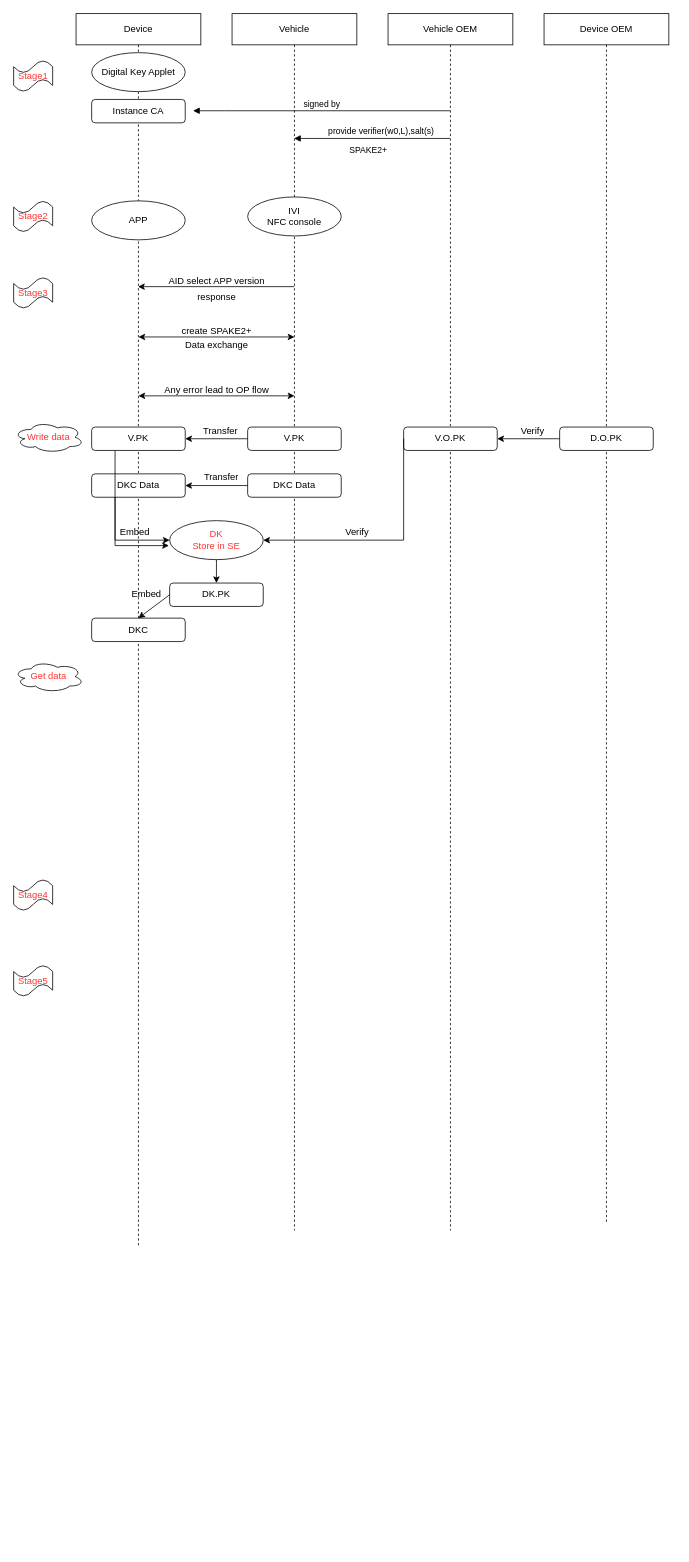
This is DKC_OwnerParing.drawio from LaurenHsu31/DKC, a draw.io file, before an edit. Source tidied: cells renumbered, new cells numbered last; positions are measured from the earlier drawing's top-left corner, leaving out a move shared by most shapes. Both pictures are drawn from the tidied source at 78%, with x=0, y=0 at pixel (13, 13).
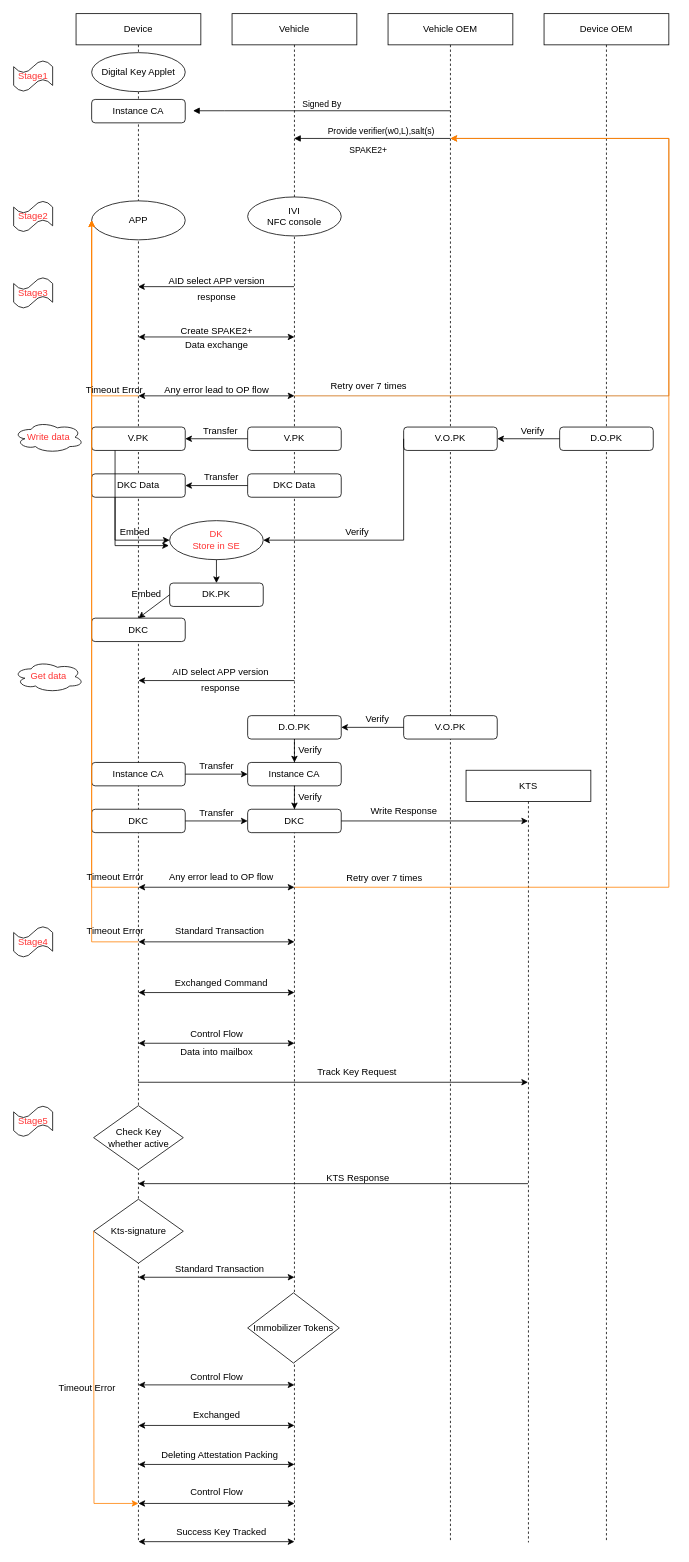
The same page after the edit.

The change refers to these unchanged cells:
```xml
<mxCell id="17" value="APP" style="ellipse;whiteSpace=wrap;html=1;" parent="1" vertex="1">
  <mxGeometry x="100" y="240" width="120" height="50" as="geometry" />
</mxCell>
```

The edit, as a diff of the source:
```diff
@@
     <mxCell id="2" value="Device" style="shape=umlLifeline;perimeter=lifelinePerimeter;whiteSpace=wrap;html=1;newEdgeStyle={&quot;edgeStyle&quot;:&quot;elbowEdgeStyle&quot;,&quot;elbow&quot;:&quot;vertical&quot;,&quot;curved&quot;:0,&quot;rounded&quot;:0};" parent="1" vertex="1">
-      <mxGeometry x="80" width="160" height="1580" as="geometry" />
+      <mxGeometry x="80" width="160" height="1960" as="geometry" />
     </mxCell>
     <mxCell id="3" value="Vehicle" style="shape=umlLifeline;perimeter=lifelinePerimeter;whiteSpace=wrap;html=1;outlineConnect=0;portConstraint=eastwest;newEdgeStyle={&quot;edgeStyle&quot;:&quot;elbowEdgeStyle&quot;,&quot;elbow&quot;:&quot;vertical&quot;,&quot;curved&quot;:0,&quot;rounded&quot;:0};" parent="1" vertex="1">
-      <mxGeometry x="280" width="160" height="1560" as="geometry" />
+      <mxGeometry x="280" width="160" height="1960" as="geometry" />
     </mxCell>
-    <mxCell id="4" value="signed by" style="html=1;verticalAlign=bottom;endArrow=block;edgeStyle=elbowEdgeStyle;elbow=horizontal;curved=0;rounded=0;" parent="1" edge="1">
+    <mxCell id="4" value="Signed By" style="html=1;verticalAlign=bottom;endArrow=block;edgeStyle=elbowEdgeStyle;elbow=horizontal;curved=0;rounded=0;" parent="1" edge="1">
       <mxGeometry relative="1" as="geometry">
         <mxPoint x="559.5" y="124.5" as="sourcePoint" />
         <mxPoint x="230" y="124.5" as="targetPoint" />
         <Array as="points">
           <mxPoint x="270" y="124.5" />
         </Array>
       </mxGeometry>
     </mxCell>
     <mxCell id="5" value="Vehicle OEM" style="shape=umlLifeline;perimeter=lifelinePerimeter;whiteSpace=wrap;html=1;newEdgeStyle={&quot;edgeStyle&quot;:&quot;elbowEdgeStyle&quot;,&quot;elbow&quot;:&quot;vertical&quot;,&quot;curved&quot;:0,&quot;rounded&quot;:0};" parent="1" vertex="1">
-      <mxGeometry x="480" width="160" height="1560" as="geometry" />
+      <mxGeometry x="480" width="160" height="1960" as="geometry" />
     </mxCell>
     <mxCell id="6" value="Device OEM" style="shape=umlLifeline;perimeter=lifelinePerimeter;whiteSpace=wrap;html=1;newEdgeStyle={&quot;edgeStyle&quot;:&quot;elbowEdgeStyle&quot;,&quot;elbow&quot;:&quot;vertical&quot;,&quot;curved&quot;:0,&quot;rounded&quot;:0};" parent="1" vertex="1">
-      <mxGeometry x="680" width="160" height="1550" as="geometry" />
+      <mxGeometry x="680" width="160" height="1960" as="geometry" />
     </mxCell>
@@
     <mxCell id="10" value="&lt;font style=&quot;color: rgb(255, 51, 51);&quot;&gt;Stage4&lt;/font&gt;" style="shape=tape;whiteSpace=wrap;html=1;" parent="1" vertex="1">
-      <mxGeometry y="1110" width="50" height="40" as="geometry" />
+      <mxGeometry y="1170" width="50" height="40" as="geometry" />
     </mxCell>
     <mxCell id="11" value="&lt;font style=&quot;color: rgb(255, 51, 51);&quot;&gt;Stage5&lt;/font&gt;" style="shape=tape;whiteSpace=wrap;html=1;" parent="1" vertex="1">
-      <mxGeometry y="1220" width="50" height="40" as="geometry" />
+      <mxGeometry y="1400" width="50" height="40" as="geometry" />
     </mxCell>
@@
-    <mxCell id="14" value="provide verifier(w0,L),salt(s)" style="html=1;verticalAlign=bottom;endArrow=block;edgeStyle=elbowEdgeStyle;elbow=horizontal;curved=0;rounded=0;" parent="1" edge="1" target="3">
+    <mxCell id="14" value="Provide verifier(w0,L),salt(s)" style="html=1;verticalAlign=bottom;endArrow=block;edgeStyle=elbowEdgeStyle;elbow=horizontal;curved=0;rounded=0;" parent="1" edge="1" target="3">
       <mxGeometry x="-0.1" relative="1" as="geometry">
         <mxPoint x="559.5" y="160" as="sourcePoint" />
         <Array as="points">
           <mxPoint x="410" y="160" />
         </Array>
         <mxPoint x="1" as="offset" />
       </mxGeometry>
     </mxCell>
@@
-    <mxCell id="22" value="create SPAKE2+" style="text;html=1;align=center;verticalAlign=middle;strokeColor=none;fillColor=none;" parent="1" vertex="1">
-      <mxGeometry x="205" y="392" width="110" height="30" as="geometry" />
+    <mxCell id="22" value="Create SPAKE2+" style="text;html=1;align=center;verticalAlign=middle;strokeColor=none;fillColor=none;" parent="1" vertex="1">
+      <mxGeometry x="200" y="392" width="120" height="30" as="geometry" />
     </mxCell>
@@
+    <mxCell id="51" value="AID select APP version" style="text;html=1;align=center;verticalAlign=middle;strokeColor=none;fillColor=none;" parent="1" vertex="1">
+      <mxGeometry x="190" y="830" width="150" height="30" as="geometry" />
+    </mxCell>
+    <mxCell id="52" value="response" style="text;html=1;align=center;verticalAlign=middle;strokeColor=none;fillColor=none;" parent="1" vertex="1">
+      <mxGeometry x="230" y="850" width="70" height="30" as="geometry" />
+    </mxCell>
+    <mxCell id="53" style="endArrow=classic;html=1;rounded=0;" parent="1" edge="1">
+      <mxGeometry relative="1" as="geometry">
+        <mxPoint x="360" y="855" as="sourcePoint" />
+        <mxPoint x="160" y="855" as="targetPoint" />
+      </mxGeometry>
+    </mxCell>
+    <mxCell id="54" value="V.O.PK" style="rounded=1;whiteSpace=wrap;html=1;" parent="1" vertex="1">
+      <mxGeometry x="500" y="900" width="120" height="30" as="geometry" />
+    </mxCell>
+    <mxCell id="55" value="Instance CA" style="rounded=1;whiteSpace=wrap;html=1;" parent="1" vertex="1">
+      <mxGeometry x="100" y="960" width="120" height="30" as="geometry" />
+    </mxCell>
+    <mxCell id="56" value="Instance CA" style="rounded=1;whiteSpace=wrap;html=1;" parent="1" vertex="1">
+      <mxGeometry x="300" y="960" width="120" height="30" as="geometry" />
+    </mxCell>
+    <mxCell id="57" value="DKC" style="rounded=1;whiteSpace=wrap;html=1;" parent="1" vertex="1">
+      <mxGeometry x="100" y="1020" width="120" height="30" as="geometry" />
+    </mxCell>
+    <mxCell id="58" value="DKC" style="rounded=1;whiteSpace=wrap;html=1;" parent="1" vertex="1">
+      <mxGeometry x="300" y="1020" width="120" height="30" as="geometry" />
+    </mxCell>
+    <mxCell id="59" style="endArrow=classic;html=1;rounded=0;exitX=1;exitY=0.5;exitDx=0;exitDy=0;entryX=0;entryY=0.5;entryDx=0;entryDy=0;" parent="1" edge="1" source="55" target="56">
+      <mxGeometry relative="1" as="geometry" />
+    </mxCell>
+    <mxCell id="60" value="Transfer" style="text;html=1;align=center;verticalAlign=middle;strokeColor=none;fillColor=none;" parent="1" vertex="1">
+      <mxGeometry x="225" y="950" width="70" height="30" as="geometry" />
+    </mxCell>
+    <mxCell id="61" style="endArrow=classic;html=1;rounded=0;exitX=1;exitY=0.5;exitDx=0;exitDy=0;entryX=0;entryY=0.5;entryDx=0;entryDy=0;" parent="1" edge="1" source="57" target="58">
+      <mxGeometry relative="1" as="geometry" />
+    </mxCell>
+    <mxCell id="62" value="Transfer" style="text;html=1;align=center;verticalAlign=middle;strokeColor=none;fillColor=none;" parent="1" vertex="1">
+      <mxGeometry x="225" y="1010" width="70" height="30" as="geometry" />
+    </mxCell>
+    <mxCell id="63" value="D.O.PK" style="rounded=1;whiteSpace=wrap;html=1;" parent="1" vertex="1">
+      <mxGeometry x="300" y="900" width="120" height="30" as="geometry" />
+    </mxCell>
+    <mxCell id="64" style="endArrow=classic;html=1;rounded=0;exitX=0;exitY=0.5;exitDx=0;exitDy=0;entryX=1;entryY=0.5;entryDx=0;entryDy=0;" parent="1" edge="1" source="54" target="63">
+      <mxGeometry relative="1" as="geometry" />
+    </mxCell>
+    <mxCell id="65" style="endArrow=classic;html=1;rounded=0;exitX=0.5;exitY=1;exitDx=0;exitDy=0;entryX=0.5;entryY=0;entryDx=0;entryDy=0;" parent="1" edge="1" source="63" target="56">
+      <mxGeometry relative="1" as="geometry" />
+    </mxCell>
+    <mxCell id="66" value="Verify" style="text;html=1;align=center;verticalAlign=middle;strokeColor=none;fillColor=none;" parent="1" vertex="1">
+      <mxGeometry x="441" y="890" width="50" height="30" as="geometry" />
+    </mxCell>
+    <mxCell id="67" style="endArrow=classic;html=1;rounded=0;exitX=0.5;exitY=1;exitDx=0;exitDy=0;entryX=0.5;entryY=0;entryDx=0;entryDy=0;" parent="1" edge="1" source="56" target="58">
+      <mxGeometry relative="1" as="geometry" />
+    </mxCell>
+    <mxCell id="68" value="Verify" style="text;html=1;align=center;verticalAlign=middle;strokeColor=none;fillColor=none;" parent="1" vertex="1">
+      <mxGeometry x="355" y="929" width="50" height="30" as="geometry" />
+    </mxCell>
+    <mxCell id="69" value="Verify" style="text;html=1;align=center;verticalAlign=middle;strokeColor=none;fillColor=none;" parent="1" vertex="1">
+      <mxGeometry x="355" y="990" width="50" height="30" as="geometry" />
+    </mxCell>
+    <mxCell id="70" style="endArrow=classic;html=1;rounded=0;exitX=1;exitY=0.5;exitDx=0;exitDy=0;" parent="1" edge="1" source="58" target="74">
+      <mxGeometry relative="1" as="geometry" />
+    </mxCell>
+    <mxCell id="71" value="Write Response" style="text;html=1;align=center;verticalAlign=middle;strokeColor=none;fillColor=none;" parent="1" vertex="1">
+      <mxGeometry x="445" y="1008" width="110" height="30" as="geometry" />
+    </mxCell>
+    <mxCell id="72" style="endArrow=classic;startArrow=classic;html=1;rounded=0;" parent="1" edge="1">
+      <mxGeometry relative="1" as="geometry">
+        <mxPoint x="160" y="1120" as="sourcePoint" />
+        <mxPoint x="360" y="1120" as="targetPoint" />
+      </mxGeometry>
+    </mxCell>
+    <mxCell id="73" value="Any error lead to OP flow" style="text;html=1;align=center;verticalAlign=middle;strokeColor=none;fillColor=none;" parent="1" vertex="1">
+      <mxGeometry x="186" y="1092" width="160" height="30" as="geometry" />
+    </mxCell>
+    <mxCell id="74" value="KTS" style="shape=umlLifeline;perimeter=lifelinePerimeter;whiteSpace=wrap;html=1;outlineConnect=0;portConstraint=eastwest;newEdgeStyle={&quot;edgeStyle&quot;:&quot;elbowEdgeStyle&quot;,&quot;elbow&quot;:&quot;vertical&quot;,&quot;curved&quot;:0,&quot;rounded&quot;:0};" parent="1" vertex="1">
+      <mxGeometry x="580" y="970" width="160" height="990" as="geometry" />
+    </mxCell>
+    <mxCell id="75" style="endArrow=classic;startArrow=classic;html=1;rounded=0;" parent="1" edge="1">
+      <mxGeometry relative="1" as="geometry">
+        <mxPoint x="160" y="1190" as="sourcePoint" />
+        <mxPoint x="360" y="1190" as="targetPoint" />
+      </mxGeometry>
+    </mxCell>
+    <mxCell id="76" value="Standard Transaction" style="text;html=1;align=center;verticalAlign=middle;strokeColor=none;fillColor=none;" parent="1" vertex="1">
+      <mxGeometry x="194" y="1162" width="140" height="30" as="geometry" />
+    </mxCell>
+    <mxCell id="77" style="endArrow=classic;startArrow=classic;html=1;rounded=0;" parent="1" edge="1">
+      <mxGeometry relative="1" as="geometry">
+        <mxPoint x="160" y="1255" as="sourcePoint" />
+        <mxPoint x="360" y="1255" as="targetPoint" />
+      </mxGeometry>
+    </mxCell>
+    <mxCell id="78" value="Exchanged Command" style="text;html=1;align=center;verticalAlign=middle;strokeColor=none;fillColor=none;" parent="1" vertex="1">
+      <mxGeometry x="196" y="1228" width="140" height="30" as="geometry" />
+    </mxCell>
+    <mxCell id="79" style="endArrow=classic;startArrow=classic;html=1;rounded=0;" parent="1" edge="1">
+      <mxGeometry relative="1" as="geometry">
+        <mxPoint x="160" y="1320" as="sourcePoint" />
+        <mxPoint x="360" y="1320" as="targetPoint" />
+      </mxGeometry>
+    </mxCell>
+    <mxCell id="80" value="Control Flow" style="text;html=1;align=center;verticalAlign=middle;strokeColor=none;fillColor=none;" parent="1" vertex="1">
+      <mxGeometry x="215" y="1293" width="90" height="30" as="geometry" />
+    </mxCell>
+    <mxCell id="81" style="endArrow=classic;html=1;rounded=0;" parent="1" edge="1">
+      <mxGeometry relative="1" as="geometry">
+        <mxPoint x="159.5" y="1370" as="sourcePoint" />
+        <mxPoint x="659.5" y="1370" as="targetPoint" />
+      </mxGeometry>
+    </mxCell>
+    <mxCell id="82" value="Track Key Request" style="text;html=1;align=center;verticalAlign=middle;strokeColor=none;fillColor=none;" parent="1" vertex="1">
+      <mxGeometry x="375" y="1342" width="130" height="30" as="geometry" />
+    </mxCell>
+    <mxCell id="83" value="Data into mailbox" style="text;html=1;align=center;verticalAlign=middle;strokeColor=none;fillColor=none;" parent="1" vertex="1">
+      <mxGeometry x="200" y="1316" width="120" height="30" as="geometry" />
+    </mxCell>
+    <mxCell id="84" style="endArrow=classic;html=1;rounded=0;" parent="1" edge="1">
+      <mxGeometry relative="1" as="geometry">
+        <mxPoint x="659.5" y="1500" as="sourcePoint" />
+        <mxPoint x="159.5" y="1500" as="targetPoint" />
+      </mxGeometry>
+    </mxCell>
+    <mxCell id="85" value="KTS Response" style="text;html=1;align=center;verticalAlign=middle;strokeColor=none;fillColor=none;" parent="1" vertex="1">
+      <mxGeometry x="391" y="1478" width="100" height="30" as="geometry" />
+    </mxCell>
+    <mxCell id="86" style="endArrow=classic;startArrow=classic;html=1;rounded=0;" parent="1" edge="1">
+      <mxGeometry relative="1" as="geometry">
+        <mxPoint x="160" y="1620" as="sourcePoint" />
+        <mxPoint x="360" y="1620" as="targetPoint" />
+      </mxGeometry>
+    </mxCell>
+    <mxCell id="87" value="Standard Transaction" style="text;html=1;align=center;verticalAlign=middle;strokeColor=none;fillColor=none;" parent="1" vertex="1">
+      <mxGeometry x="194" y="1595" width="140" height="30" as="geometry" />
+    </mxCell>
+    <mxCell id="88" value="Check Key&lt;div&gt;whether active&lt;/div&gt;" style="rhombus;whiteSpace=wrap;html=1;" parent="1" vertex="1">
+      <mxGeometry x="102.5" y="1400" width="115" height="82" as="geometry" />
+    </mxCell>
+    <mxCell id="89" value="Kts-signature" style="rhombus;whiteSpace=wrap;html=1;" parent="1" vertex="1">
+      <mxGeometry x="102.5" y="1520" width="115" height="82" as="geometry" />
+    </mxCell>
+    <mxCell id="90" value="Immobilizer Tokens" style="rhombus;whiteSpace=wrap;html=1;" parent="1" vertex="1">
+      <mxGeometry x="300" y="1640" width="117.5" height="90" as="geometry" />
+    </mxCell>
+    <mxCell id="91" style="endArrow=classic;startArrow=classic;html=1;rounded=0;" parent="1" edge="1">
+      <mxGeometry relative="1" as="geometry">
+        <mxPoint x="160" y="1758" as="sourcePoint" />
+        <mxPoint x="360" y="1758" as="targetPoint" />
+      </mxGeometry>
+    </mxCell>
+    <mxCell id="92" value="Control Flow" style="text;html=1;align=center;verticalAlign=middle;strokeColor=none;fillColor=none;" parent="1" vertex="1">
+      <mxGeometry x="215" y="1733" width="90" height="30" as="geometry" />
+    </mxCell>
+    <mxCell id="93" style="endArrow=classic;startArrow=classic;html=1;rounded=0;" parent="1" edge="1">
+      <mxGeometry relative="1" as="geometry">
+        <mxPoint x="160" y="1810" as="sourcePoint" />
+        <mxPoint x="360" y="1810" as="targetPoint" />
+      </mxGeometry>
+    </mxCell>
+    <mxCell id="94" value="Exchanged" style="text;html=1;align=center;verticalAlign=middle;strokeColor=none;fillColor=none;" parent="1" vertex="1">
+      <mxGeometry x="220" y="1782" width="80" height="30" as="geometry" />
+    </mxCell>
+    <mxCell id="95" style="endArrow=classic;startArrow=classic;html=1;rounded=0;" parent="1" edge="1">
+      <mxGeometry relative="1" as="geometry">
+        <mxPoint x="160" y="1860" as="sourcePoint" />
+        <mxPoint x="360" y="1860" as="targetPoint" />
+      </mxGeometry>
+    </mxCell>
+    <mxCell id="96" value="Deleting Attestation Packing" style="text;html=1;align=center;verticalAlign=middle;strokeColor=none;fillColor=none;" parent="1" vertex="1">
+      <mxGeometry x="179" y="1833" width="170" height="30" as="geometry" />
+    </mxCell>
+    <mxCell id="97" style="endArrow=classic;startArrow=classic;html=1;rounded=0;" parent="1" edge="1">
+      <mxGeometry relative="1" as="geometry">
+        <mxPoint x="160" y="1910" as="sourcePoint" />
+        <mxPoint x="360" y="1910" as="targetPoint" />
+      </mxGeometry>
+    </mxCell>
+    <mxCell id="98" value="Control Flow" style="text;html=1;align=center;verticalAlign=middle;strokeColor=none;fillColor=none;" parent="1" vertex="1">
+      <mxGeometry x="215" y="1881" width="90" height="30" as="geometry" />
+    </mxCell>
+    <mxCell id="99" style="endArrow=classic;startArrow=classic;html=1;rounded=0;" parent="1" edge="1">
+      <mxGeometry relative="1" as="geometry">
+        <mxPoint x="160" y="1959" as="sourcePoint" />
+        <mxPoint x="360" y="1959" as="targetPoint" />
+      </mxGeometry>
+    </mxCell>
+    <mxCell id="100" value="Success Key Tracked" style="text;html=1;align=center;verticalAlign=middle;strokeColor=none;fillColor=none;" parent="1" vertex="1">
+      <mxGeometry x="196" y="1932" width="140" height="30" as="geometry" />
+    </mxCell>
+    <mxCell id="101" style="endArrow=classic;html=1;rounded=0;exitX=0;exitY=0.5;exitDx=0;exitDy=0;strokeColor=#FF8000;" parent="1" edge="1" source="89">
+      <mxGeometry relative="1" as="geometry">
+        <mxPoint x="160" y="1910" as="targetPoint" />
+        <Array as="points">
+          <mxPoint x="103" y="1910" />
+        </Array>
+      </mxGeometry>
+    </mxCell>
+    <mxCell id="102" value="Timeout Error" style="text;html=1;align=center;verticalAlign=middle;strokeColor=none;fillColor=none;" parent="1" vertex="1">
+      <mxGeometry x="44" y="1747" width="100" height="30" as="geometry" />
+    </mxCell>
+    <mxCell id="103" style="endArrow=classic;html=1;rounded=0;entryX=0;entryY=0.5;entryDx=0;entryDy=0;strokeColor=#FF8000;" parent="1" edge="1" target="17">
+      <mxGeometry relative="1" as="geometry">
+        <mxPoint x="160" y="1190" as="sourcePoint" />
+        <Array as="points">
+          <mxPoint x="100" y="1190" />
+        </Array>
+      </mxGeometry>
+    </mxCell>
+    <mxCell id="104" style="endArrow=classic;html=1;rounded=0;entryX=0;entryY=0.5;entryDx=0;entryDy=0;strokeColor=#FF8000;" parent="1" edge="1" target="17">
+      <mxGeometry relative="1" as="geometry">
+        <mxPoint x="160" y="1120" as="sourcePoint" />
+        <Array as="points">
+          <mxPoint x="100" y="1120" />
+        </Array>
+      </mxGeometry>
+    </mxCell>
+    <mxCell id="105" style="endArrow=classic;html=1;rounded=0;entryX=0;entryY=0.5;entryDx=0;entryDy=0;strokeColor=#FF8000;" parent="1" edge="1" target="17">
+      <mxGeometry relative="1" as="geometry">
+        <mxPoint x="160" y="490" as="sourcePoint" />
+        <Array as="points">
+          <mxPoint x="100" y="490" />
+        </Array>
+      </mxGeometry>
+    </mxCell>
+    <mxCell id="106" value="Timeout Error" style="text;html=1;align=center;verticalAlign=middle;strokeColor=none;fillColor=none;" parent="1" vertex="1">
+      <mxGeometry x="80" y="1092" width="100" height="30" as="geometry" />
+    </mxCell>
+    <mxCell id="107" value="Timeout Error" style="text;html=1;align=center;verticalAlign=middle;strokeColor=none;fillColor=none;" parent="1" vertex="1">
+      <mxGeometry x="80" y="1162" width="100" height="30" as="geometry" />
+    </mxCell>
+    <mxCell id="108" value="Timeout Error" style="text;html=1;align=center;verticalAlign=middle;strokeColor=none;fillColor=none;" parent="1" vertex="1">
+      <mxGeometry x="79" y="468" width="100" height="30" as="geometry" />
+    </mxCell>
+    <mxCell id="109" style="endArrow=classic;html=1;rounded=0;strokeColor=#CC6600;" parent="1" edge="1">
+      <mxGeometry relative="1" as="geometry">
+        <mxPoint x="360" y="490" as="sourcePoint" />
+        <mxPoint x="560" y="160" as="targetPoint" />
+        <Array as="points">
+          <mxPoint x="840" y="490" />
+          <mxPoint x="840" y="160" />
+        </Array>
+      </mxGeometry>
+    </mxCell>
+    <mxCell id="110" style="endArrow=classic;html=1;rounded=0;strokeColor=#FF8000;" parent="1" edge="1">
+      <mxGeometry relative="1" as="geometry">
+        <mxPoint x="360" y="1120" as="sourcePoint" />
+        <mxPoint x="560" y="160" as="targetPoint" />
+        <Array as="points">
+          <mxPoint x="840" y="1120" />
+          <mxPoint x="840" y="160" />
+        </Array>
+      </mxGeometry>
+    </mxCell>
+    <mxCell id="111" value="Retry over 7 times" style="text;html=1;align=center;verticalAlign=middle;strokeColor=none;fillColor=none;" parent="1" vertex="1">
+      <mxGeometry x="395" y="463" width="120" height="30" as="geometry" />
+    </mxCell>
+    <mxCell id="112" value="Retry over 7 times" style="text;html=1;align=center;verticalAlign=middle;strokeColor=none;fillColor=none;" parent="1" vertex="1">
+      <mxGeometry x="415" y="1093" width="120" height="30" as="geometry" />
+    </mxCell>
```
